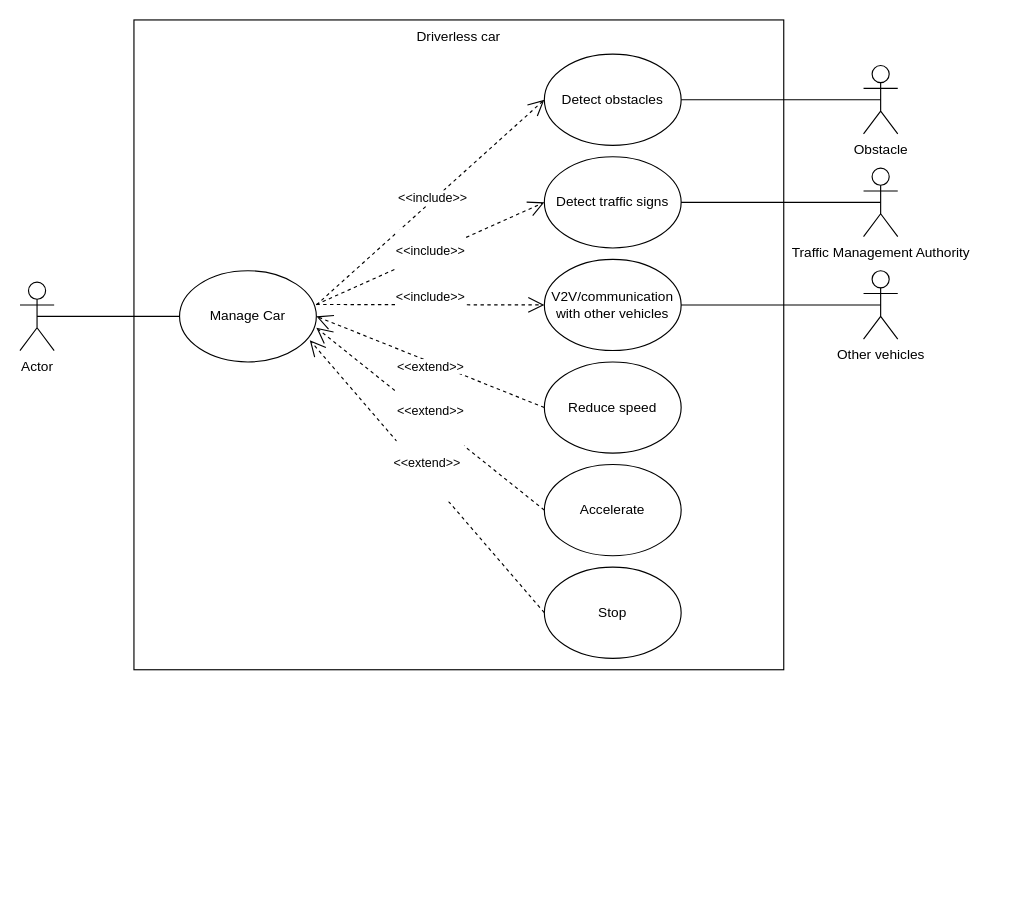
Earlier version of the draw.io diagram Untitled Diagram.drawio (AdamsUthman/driverless_car_UML). Source tidied: cells renumbered, new cells numbered last; positions are measured from the earlier drawing's top-left corner, leaving out a move shared by most shapes. Both pictures are drawn from the tidied source at 114%, with x=0, y=0 at pixel (19, 19).
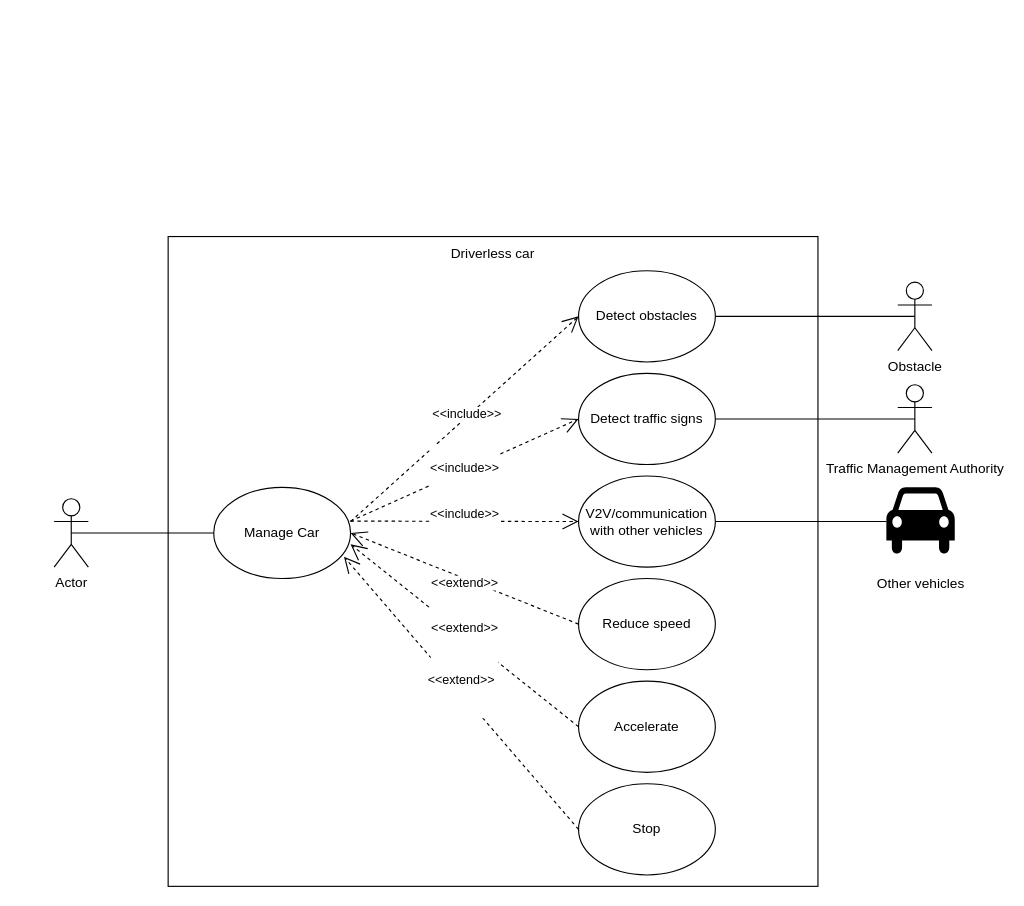
Above is the later version.

Unchanged cells that the change refers to:
```xml
<mxCell id="6" value="Detect obstacles" style="ellipse;whiteSpace=wrap;html=1;" parent="2" vertex="1">
  <mxGeometry x="460" y="30" width="120" height="80" as="geometry" />
</mxCell>
<mxCell id="7" value="V2V/communication&lt;br&gt;with other vehicles" style="ellipse;whiteSpace=wrap;html=1;" parent="2" vertex="1">
  <mxGeometry x="460" y="210" width="120" height="80" as="geometry" />
</mxCell>
<mxCell id="8" value="Detect traffic signs" style="ellipse;whiteSpace=wrap;html=1;" parent="2" vertex="1">
  <mxGeometry x="460" y="120" width="120" height="80" as="geometry" />
</mxCell>
<mxCell id="18" value="Actor" style="shape=umlActor;verticalLabelPosition=bottom;verticalAlign=top;html=1;" parent="2" vertex="1">
  <mxGeometry y="230" width="30" height="60" as="geometry" />
</mxCell>
```

Diff of the diagram source:
```diff
@@
+    <mxCell id="26" style="group;" parent="1" vertex="1">
+      <mxGeometry x="30" y="190" width="810" height="570" as="geometry" />
+    </mxCell>
-    <mxCell id="2" style="group;" parent="1" vertex="1">
+    <mxCell id="2" style="group;" parent="26" vertex="1">
       <mxGeometry width="670" height="570" as="geometry" />
     </mxCell>
@@
-    <mxCell id="19" value="Obstacle" style="shape=umlActor;verticalLabelPosition=bottom;verticalAlign=top;html=1;labelPosition=center;align=center;" parent="1" vertex="1">
+    <mxCell id="19" value="Obstacle" style="shape=umlActor;verticalLabelPosition=bottom;verticalAlign=top;html=1;labelPosition=center;align=center;" parent="26" vertex="1">
       <mxGeometry x="740" y="40" width="30" height="60" as="geometry" />
     </mxCell>
-    <mxCell id="20" value="Traffic Management Authority" style="shape=umlActor;verticalLabelPosition=bottom;verticalAlign=top;html=1;" parent="1" vertex="1">
+    <mxCell id="20" value="Traffic Management Authority" style="shape=umlActor;verticalLabelPosition=bottom;verticalAlign=top;html=1;" parent="26" vertex="1">
       <mxGeometry x="740" y="130" width="30" height="60" as="geometry" />
     </mxCell>
-    <mxCell id="21" value="Other vehicles" style="shape=umlActor;verticalLabelPosition=bottom;verticalAlign=top;html=1;" parent="1" vertex="1">
-      <mxGeometry x="740" y="220" width="30" height="60" as="geometry" />
-    </mxCell>
-    <mxCell id="22" style="endArrow=none;html=1;rounded=0;strokeWidth=1;exitX=0.5;exitY=0.5;exitDx=0;exitDy=0;exitPerimeter=0;" parent="1" edge="1" source="18">
+    <mxCell id="22" style="endArrow=none;html=1;rounded=0;strokeWidth=1;exitX=0.5;exitY=0.5;exitDx=0;exitDy=0;exitPerimeter=0;" parent="26" edge="1" source="18">
       <mxGeometry relative="1" as="geometry">
         <mxPoint x="140" y="260" as="targetPoint" />
       </mxGeometry>
     </mxCell>
-    <mxCell id="23" style="endArrow=none;html=1;rounded=0;strokeWidth=1;entryX=0.5;entryY=0.5;entryDx=0;entryDy=0;entryPerimeter=0;exitX=1;exitY=0.5;exitDx=0;exitDy=0;" parent="1" edge="1" source="6" target="19">
+    <mxCell id="23" style="endArrow=none;html=1;rounded=0;strokeWidth=1;entryX=0.5;entryY=0.5;entryDx=0;entryDy=0;entryPerimeter=0;exitX=1;exitY=0.5;exitDx=0;exitDy=0;" parent="26" edge="1" source="6" target="19">
       <mxGeometry relative="1" as="geometry" />
     </mxCell>
-    <mxCell id="24" style="endArrow=none;html=1;rounded=0;strokeWidth=1;exitX=0.5;exitY=0.5;exitDx=0;exitDy=0;exitPerimeter=0;entryX=1;entryY=0.5;entryDx=0;entryDy=0;" parent="1" edge="1" source="21" target="7">
-      <mxGeometry relative="1" as="geometry" />
+    <mxCell id="24" style="endArrow=none;html=1;rounded=0;strokeWidth=1;entryX=1;entryY=0.5;entryDx=0;entryDy=0;" parent="26" edge="1" target="7">
+      <mxGeometry relative="1" as="geometry">
+        <mxPoint x="730" y="250" as="sourcePoint" />
+      </mxGeometry>
     </mxCell>
-    <mxCell id="25" style="endArrow=none;html=1;rounded=0;strokeWidth=1;entryX=0.5;entryY=0.5;entryDx=0;entryDy=0;entryPerimeter=0;exitX=1;exitY=0.5;exitDx=0;exitDy=0;" parent="1" edge="1" source="8" target="20">
+    <mxCell id="25" style="endArrow=none;html=1;rounded=0;strokeWidth=1;entryX=0.5;entryY=0.5;entryDx=0;entryDy=0;entryPerimeter=0;exitX=1;exitY=0.5;exitDx=0;exitDy=0;" parent="26" edge="1" source="8" target="20">
       <mxGeometry relative="1" as="geometry" />
     </mxCell>
+    <mxCell id="27" style="shape=mxgraph.signs.transportation.car_4;html=1;fillColor=#000000;strokeColor=none;verticalLabelPosition=bottom;verticalAlign=top;align=center;sketch=0;" parent="26" vertex="1">
+      <mxGeometry x="730" y="220" width="60" height="60" as="geometry" />
+    </mxCell>
+    <mxCell id="21" value="Other vehicles" style="text;html=1;align=center;verticalAlign=middle;points=[];strokeColor=none;fillColor=none;" parent="26" vertex="1">
+      <mxGeometry x="710" y="290" width="100" height="30" as="geometry" />
+    </mxCell>
```
